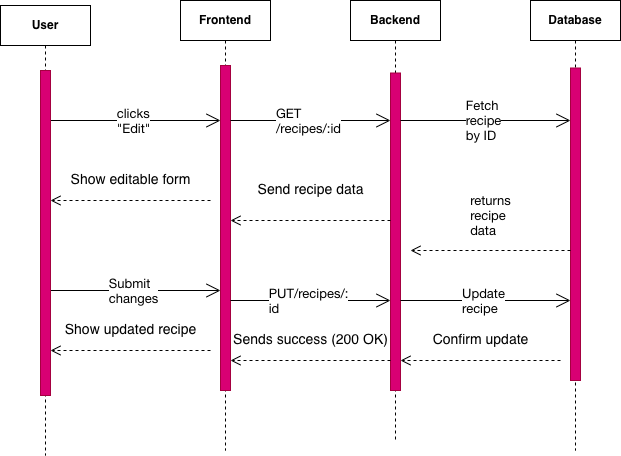
The draw.io diagram courses/foundation/web-architecture-101/Editrecipe.png in HackYourFuture-CPH/hyf-assignment-template, before a commit. Source tidied: cells renumbered, new cells last; positions are measured from the earlier drawing's top-left corner, leaving out a move shared by most shapes.
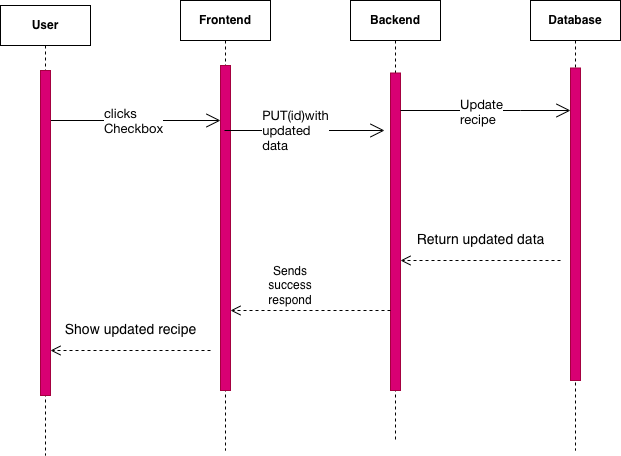
Later version of the same file.

What changed in the source:
```diff
@@ -8,7 +8,7 @@
         <mxPoint x="220" y="120" as="targetPoint" />
       </mxGeometry>
     </mxCell>
-    <mxCell id="3" value="&lt;p class=&quot;p1&quot; style=&quot;margin: 0px; font-variant-numeric: normal; font-variant-east-asian: normal; font-variant-alternates: normal; font-size-adjust: none; font-kerning: auto; font-optical-sizing: auto; font-feature-settings: normal; font-variation-settings: normal; font-variant-position: normal; font-variant-emoji: normal; font-stretch: normal; font-size: 13px; line-height: normal; font-family: &amp;quot;Helvetica Neue&amp;quot;; text-align: start; text-wrap-mode: wrap;&quot;&gt;clicks &quot;Edit&quot;&lt;/p&gt;" style="edgeLabel;html=1;align=center;verticalAlign=middle;" parent="2" vertex="1">
+    <mxCell id="3" value="&lt;p class=&quot;p1&quot; style=&quot;margin: 0px; font-variant-numeric: normal; font-variant-east-asian: normal; font-variant-alternates: normal; font-size-adjust: none; font-kerning: auto; font-optical-sizing: auto; font-feature-settings: normal; font-variation-settings: normal; font-variant-position: normal; font-variant-emoji: normal; font-stretch: normal; font-size: 13px; line-height: normal; font-family: &amp;quot;Helvetica Neue&amp;quot;; text-align: start; text-wrap-mode: wrap;&quot;&gt;clicks Checkbox&lt;/p&gt;" style="edgeLabel;html=1;align=center;verticalAlign=middle;" parent="2" vertex="1">
       <mxGeometry x="-0.04" y="1" relative="1" as="geometry" />
     </mxCell>
     <mxCell id="4" value="&lt;b&gt;Frontend&lt;/b&gt;" style="shape=umlLifeline;perimeter=lifelinePerimeter;whiteSpace=wrap;html=1;newEdgeStyle={&quot;curved&quot;:0,&quot;rounded&quot;:0};" parent="1" vertex="1">
@@ -17,15 +17,6 @@
     <mxCell id="5" style="html=1;perimeter=orthogonalPerimeter;targetShapes=umlLifeline;newEdgeStyle={&quot;curved&quot;:0,&quot;rounded&quot;:0};fillColor=#d80073;strokeColor=#A50040;fontColor=#ffffff;" parent="4" vertex="1">
       <mxGeometry x="40" y="65" width="10" height="325" as="geometry" />
     </mxCell>
-    <mxCell id="6" style="endArrow=open;endFill=1;endSize=12;html=1;rounded=0;" parent="1" edge="1">
-      <mxGeometry relative="1" as="geometry">
-        <mxPoint x="230" y="120" as="sourcePoint" />
-        <mxPoint x="390" y="120" as="targetPoint" />
-      </mxGeometry>
-    </mxCell>
-    <mxCell id="7" value="&lt;p class=&quot;p1&quot; style=&quot;margin: 0px; font-variant-numeric: normal; font-variant-east-asian: normal; font-variant-alternates: normal; font-size-adjust: none; font-kerning: auto; font-optical-sizing: auto; font-feature-settings: normal; font-variation-settings: normal; font-variant-position: normal; font-variant-emoji: normal; font-stretch: normal; font-size: 13px; line-height: normal; font-family: &amp;quot;Helvetica Neue&amp;quot;; text-align: start; text-wrap-mode: wrap;&quot;&gt;GET /recipes/:id&lt;/p&gt;" style="edgeLabel;html=1;align=center;verticalAlign=middle;" parent="6" vertex="1">
-      <mxGeometry x="-0.04" y="1" relative="1" as="geometry" />
-    </mxCell>
     <mxCell id="8" value="&lt;b&gt;Backend&lt;/b&gt;" style="shape=umlLifeline;perimeter=lifelinePerimeter;whiteSpace=wrap;html=1;newEdgeStyle={&quot;curved&quot;:0,&quot;rounded&quot;:0};" parent="1" vertex="1">
       <mxGeometry x="350" width="90" height="440" as="geometry" />
     </mxCell>
@@ -38,74 +29,42 @@
     <mxCell id="11" style="html=1;points=[[0,0,0,0,5],[0,1,0,0,-5],[1,0,0,0,5],[1,1,0,0,-5]];perimeter=orthogonalPerimeter;outlineConnect=0;targetShapes=umlLifeline;portConstraint=eastwest;newEdgeStyle={&quot;curved&quot;:0,&quot;rounded&quot;:0};fillColor=#d80073;strokeColor=#A50040;fontColor=#ffffff;" parent="10" vertex="1">
       <mxGeometry x="40" y="67.5" width="10" height="312.5" as="geometry" />
     </mxCell>
-    <mxCell id="12" style="endArrow=open;endFill=1;endSize=12;html=1;rounded=0;" parent="1" edge="1" source="9" target="11">
-      <mxGeometry relative="1" as="geometry">
-        <Array as="points">
-          <mxPoint x="480" y="120" />
-        </Array>
-      </mxGeometry>
-    </mxCell>
-    <mxCell id="13" value="&lt;p class=&quot;p1&quot; style=&quot;margin: 0px; font-variant-numeric: normal; font-variant-east-asian: normal; font-variant-alternates: normal; font-size-adjust: none; font-kerning: auto; font-optical-sizing: auto; font-feature-settings: normal; font-variation-settings: normal; font-variant-position: normal; font-variant-emoji: normal; font-stretch: normal; font-size: 13px; line-height: normal; font-family: &amp;quot;Helvetica Neue&amp;quot;; text-align: start; text-wrap-mode: wrap;&quot;&gt;Fetch recipe by ID&lt;/p&gt;" style="edgeLabel;html=1;align=center;verticalAlign=middle;" parent="12" vertex="1">
-      <mxGeometry x="-0.04" y="1" relative="1" as="geometry" />
-    </mxCell>
-    <mxCell id="14" value="&lt;p class=&quot;p1&quot; style=&quot;margin: 0px; font-variant-numeric: normal; font-variant-east-asian: normal; font-variant-alternates: normal; font-size-adjust: none; font-kerning: auto; font-optical-sizing: auto; font-feature-settings: normal; font-variation-settings: normal; font-variant-position: normal; font-variant-emoji: normal; font-stretch: normal; font-size: 13px; line-height: normal; font-family: &amp;quot;Helvetica Neue&amp;quot;; text-align: start; text-wrap-mode: wrap;&quot;&gt;returns recipe data&lt;/p&gt;" style="html=1;verticalAlign=bottom;endArrow=open;dashed=1;endSize=8;curved=0;rounded=0;" parent="1" edge="1">
-      <mxGeometry y="-10" relative="1" as="geometry">
-        <mxPoint x="570" y="250" as="sourcePoint" />
-        <mxPoint x="410" y="250" as="targetPoint" />
-      </mxGeometry>
-    </mxCell>
-    <mxCell id="15" value="&lt;font style=&quot;font-size: 14px;&quot;&gt;Send recipe data&lt;/font&gt;" style="html=1;verticalAlign=bottom;endArrow=open;dashed=1;endSize=8;curved=0;rounded=0;" parent="1" edge="1">
-      <mxGeometry y="-20" relative="1" as="geometry">
-        <mxPoint x="390" y="220" as="sourcePoint" />
-        <mxPoint x="230" y="220" as="targetPoint" />
-      </mxGeometry>
-    </mxCell>
-    <mxCell id="16" value="&lt;font style=&quot;font-size: 14px;&quot;&gt;Show editable form&lt;/font&gt;" style="html=1;verticalAlign=bottom;endArrow=open;dashed=1;endSize=8;curved=0;rounded=0;" parent="1" edge="1">
-      <mxGeometry y="-10" relative="1" as="geometry">
-        <mxPoint x="210" y="200" as="sourcePoint" />
-        <mxPoint x="50" y="200" as="targetPoint" />
-      </mxGeometry>
-    </mxCell>
-    <mxCell id="17" style="endArrow=open;endFill=1;endSize=12;html=1;rounded=0;" parent="1" edge="1">
-      <mxGeometry relative="1" as="geometry">
-        <mxPoint x="50" y="290" as="sourcePoint" />
-        <mxPoint x="220" y="290" as="targetPoint" />
-      </mxGeometry>
-    </mxCell>
-    <mxCell id="18" value="&lt;p class=&quot;p1&quot; style=&quot;margin: 0px; font-variant-numeric: normal; font-variant-east-asian: normal; font-variant-alternates: normal; font-size-adjust: none; font-kerning: auto; font-optical-sizing: auto; font-feature-settings: normal; font-variation-settings: normal; font-variant-position: normal; font-variant-emoji: normal; font-stretch: normal; font-size: 13px; line-height: normal; font-family: &amp;quot;Helvetica Neue&amp;quot;; text-align: start; text-wrap-mode: wrap;&quot;&gt;Submit changes&lt;/p&gt;" style="edgeLabel;html=1;align=center;verticalAlign=middle;" parent="17" vertex="1">
-      <mxGeometry x="-0.04" y="1" relative="1" as="geometry" />
-    </mxCell>
     <mxCell id="19" style="endArrow=open;endFill=1;endSize=12;html=1;rounded=0;" parent="1" edge="1">
       <mxGeometry relative="1" as="geometry">
-        <mxPoint x="230" y="300" as="sourcePoint" />
-        <mxPoint x="390" y="300" as="targetPoint" />
+        <mxPoint x="224" y="130" as="sourcePoint" />
+        <mxPoint x="384" y="130" as="targetPoint" />
       </mxGeometry>
     </mxCell>
-    <mxCell id="20" value="&lt;p class=&quot;p1&quot; style=&quot;margin: 0px; font-variant-numeric: normal; font-variant-east-asian: normal; font-variant-alternates: normal; font-size-adjust: none; font-kerning: auto; font-optical-sizing: auto; font-feature-settings: normal; font-variation-settings: normal; font-variant-position: normal; font-variant-emoji: normal; font-stretch: normal; font-size: 13px; line-height: normal; font-family: &amp;quot;Helvetica Neue&amp;quot;; text-align: start; text-wrap-mode: wrap;&quot;&gt;PUT/recipes/: id&lt;/p&gt;" style="edgeLabel;html=1;align=center;verticalAlign=middle;" parent="19" vertex="1">
-      <mxGeometry x="-0.04" y="1" relative="1" as="geometry" />
+    <mxCell id="20" value="&lt;p class=&quot;p1&quot; style=&quot;margin: 0px; font-variant-numeric: normal; font-variant-east-asian: normal; font-variant-alternates: normal; font-size-adjust: none; font-kerning: auto; font-optical-sizing: auto; font-feature-settings: normal; font-variation-settings: normal; font-variant-position: normal; font-variant-emoji: normal; font-stretch: normal; font-size: 13px; line-height: normal; font-family: &amp;quot;Helvetica Neue&amp;quot;; text-align: start; text-wrap-mode: wrap;&quot;&gt;PUT(id)with updated data&lt;/p&gt;" style="edgeLabel;html=1;align=center;verticalAlign=middle;" parent="19" vertex="1">
+      <mxGeometry x="-0.04" y="1" relative="1" as="geometry">
+        <mxPoint x="-7" as="offset" />
+      </mxGeometry>
     </mxCell>
     <mxCell id="21" style="endArrow=open;endFill=1;endSize=12;html=1;rounded=0;" parent="1" edge="1">
       <mxGeometry relative="1" as="geometry">
-        <mxPoint x="400" y="300" as="sourcePoint" />
-        <mxPoint x="570" y="300" as="targetPoint" />
+        <mxPoint x="400" y="110" as="sourcePoint" />
+        <mxPoint x="570" y="110" as="targetPoint" />
         <Array as="points">
-          <mxPoint x="480" y="300" />
+          <mxPoint x="480" y="110" />
+          <mxPoint x="520" y="110" />
         </Array>
       </mxGeometry>
     </mxCell>
     <mxCell id="22" value="&lt;p class=&quot;p1&quot; style=&quot;margin: 0px; font-variant-numeric: normal; font-variant-east-asian: normal; font-variant-alternates: normal; font-size-adjust: none; font-kerning: auto; font-optical-sizing: auto; font-feature-settings: normal; font-variation-settings: normal; font-variant-position: normal; font-variant-emoji: normal; font-stretch: normal; font-size: 13px; line-height: normal; font-family: &amp;quot;Helvetica Neue&amp;quot;; text-align: start; text-wrap-mode: wrap;&quot;&gt;Update recipe&lt;/p&gt;" style="edgeLabel;html=1;align=center;verticalAlign=middle;" parent="21" vertex="1">
-      <mxGeometry x="-0.04" y="1" relative="1" as="geometry" />
+      <mxGeometry x="-0.04" y="1" relative="1" as="geometry">
+        <mxPoint x="-2" y="1" as="offset" />
+      </mxGeometry>
     </mxCell>
-    <mxCell id="23" value="&lt;font style=&quot;font-size: 14px;&quot;&gt;Confirm update&lt;/font&gt;" style="html=1;verticalAlign=bottom;endArrow=open;dashed=1;endSize=8;curved=0;rounded=0;" parent="1" edge="1">
+    <mxCell id="23" value="&lt;font style=&quot;font-size: 14px;&quot;&gt;Return updated data&lt;/font&gt;" style="html=1;verticalAlign=bottom;endArrow=open;dashed=1;endSize=8;curved=0;rounded=0;" parent="1" edge="1">
       <mxGeometry y="-10" relative="1" as="geometry">
-        <mxPoint x="560" y="360" as="sourcePoint" />
-        <mxPoint x="400" y="360" as="targetPoint" />
+        <mxPoint x="560" y="260" as="sourcePoint" />
+        <mxPoint x="400" y="260" as="targetPoint" />
       </mxGeometry>
     </mxCell>
-    <mxCell id="24" value="&lt;font style=&quot;font-size: 14px;&quot;&gt;Sends success (200 OK)&lt;/font&gt;" style="html=1;verticalAlign=bottom;endArrow=open;dashed=1;endSize=8;curved=0;rounded=0;" parent="1" edge="1">
-      <mxGeometry y="-10" relative="1" as="geometry">
-        <mxPoint x="390" y="360" as="sourcePoint" />
-        <mxPoint x="230" y="360" as="targetPoint" />
+    <mxCell id="24" style="html=1;verticalAlign=bottom;endArrow=open;dashed=1;endSize=8;curved=0;rounded=0;" parent="1" edge="1">
+      <mxGeometry x="0.62" y="-20" relative="1" as="geometry">
+        <mxPoint x="390" y="310" as="sourcePoint" />
+        <mxPoint x="230" y="310" as="targetPoint" />
       </mxGeometry>
     </mxCell>
     <mxCell id="25" value="&lt;font style=&quot;font-size: 14px;&quot;&gt;Show updated recipe&lt;/font&gt;" style="html=1;verticalAlign=bottom;endArrow=open;dashed=1;endSize=8;curved=0;rounded=0;" parent="1" edge="1">
@@ -120,5 +79,8 @@
     <mxCell id="27" style="html=1;perimeter=orthogonalPerimeter;targetShapes=umlLifeline;newEdgeStyle={&quot;curved&quot;:0,&quot;rounded&quot;:0};fillColor=#d80073;strokeColor=#A50040;fontColor=#ffffff;" parent="26" vertex="1">
       <mxGeometry x="40" y="65" width="10" height="325" as="geometry" />
     </mxCell>
+    <mxCell id="28" value="Sends success respond" style="text;html=1;whiteSpace=wrap;strokeColor=none;fillColor=none;align=center;verticalAlign=middle;rounded=0;" parent="1" vertex="1">
+      <mxGeometry x="260" y="270" width="60" height="30" as="geometry" />
+    </mxCell>
   </root>
 </mxGraphModel>
```
